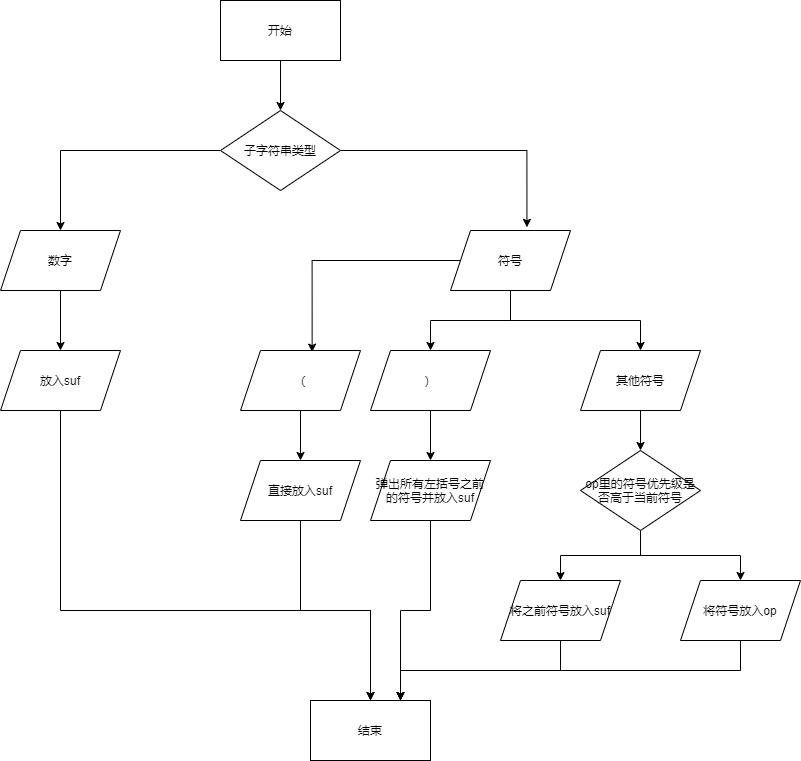
Before: CourseDesignOfDataStructure/picture/p4/suffix().png, a diagram exported from draw.io (Shotray/Gaint). Source tidied: cells renumbered, new cells last; positions are measured from the earlier drawing's top-left corner, leaving out a move shared by most shapes.
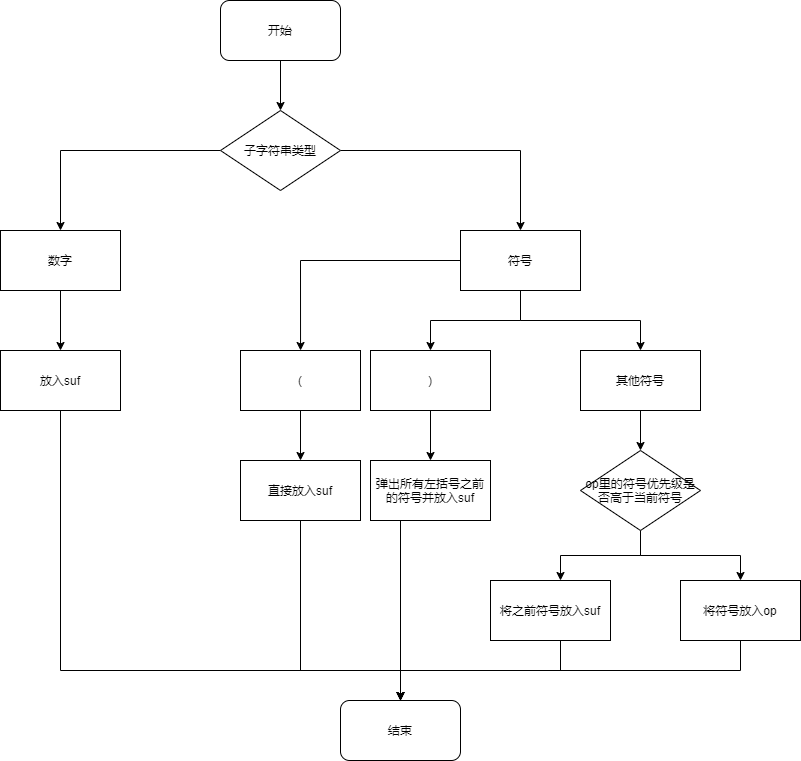
After the commit.

What changed in the source:
```diff
@@ -2,82 +2,82 @@
   <root>
     <mxCell id="0" />
     <mxCell id="1" parent="0" />
-    <mxCell id="2" style="edgeStyle=orthogonalEdgeStyle;rounded=0;jettySize=auto;html=1;exitX=0.5;exitY=1;exitDx=0;exitDy=0;" parent="1" edge="1" source="3" target="6">
-      <mxGeometry relative="1" as="geometry" />
+    <mxCell id="2" style="edgeStyle=orthogonalEdgeStyle;rounded=0;jettySize=auto;html=1;exitX=0.5;exitY=1;exitDx=0;exitDy=0;" parent="1" edge="1" target="6">
+      <mxGeometry relative="1" as="geometry">
+        <mxPoint x="280" y="60" as="sourcePoint" />
+      </mxGeometry>
     </mxCell>
-    <mxCell id="3" value="开始" style="rounded=0;whiteSpace=wrap;html=1;" parent="1" vertex="1">
-      <mxGeometry x="220" width="120" height="60" as="geometry" />
-    </mxCell>
-    <mxCell id="4" style="edgeStyle=orthogonalEdgeStyle;rounded=0;jettySize=auto;html=1;exitX=0;exitY=0.5;exitDx=0;exitDy=0;" parent="1" edge="1" source="6" target="8">
-      <mxGeometry relative="1" as="geometry" />
+    <mxCell id="4" style="edgeStyle=orthogonalEdgeStyle;rounded=0;jettySize=auto;html=1;exitX=0;exitY=0.5;exitDx=0;exitDy=0;" parent="1" edge="1" source="6">
+      <mxGeometry relative="1" as="geometry">
+        <mxPoint x="60" y="230" as="targetPoint" />
+      </mxGeometry>
     </mxCell>
-    <mxCell id="5" style="edgeStyle=orthogonalEdgeStyle;rounded=0;jettySize=auto;html=1;exitX=1;exitY=0.5;exitDx=0;exitDy=0;entryX=0.637;entryY=-0.053;entryDx=0;entryDy=0;entryPerimeter=0;" parent="1" edge="1" source="6" target="12">
+    <mxCell id="5" style="edgeStyle=orthogonalEdgeStyle;rounded=0;jettySize=auto;html=1;exitX=1;exitY=0.5;exitDx=0;exitDy=0;" parent="1" edge="1" source="6" target="12">
       <mxGeometry relative="1" as="geometry" />
     </mxCell>
     <mxCell id="6" value="子字符串类型" style="rhombus;whiteSpace=wrap;html=1;" parent="1" vertex="1">
       <mxGeometry x="220" y="110" width="120" height="80" as="geometry" />
     </mxCell>
-    <mxCell id="7" style="edgeStyle=orthogonalEdgeStyle;rounded=0;jettySize=auto;html=1;exitX=0.5;exitY=1;exitDx=0;exitDy=0;entryX=0.5;entryY=0;entryDx=0;entryDy=0;" parent="1" edge="1" source="8" target="20">
-      <mxGeometry relative="1" as="geometry" />
+    <mxCell id="7" style="edgeStyle=orthogonalEdgeStyle;rounded=0;orthogonalLoop=1;jettySize=auto;html=1;exitX=0.5;exitY=1;exitDx=0;exitDy=0;entryX=0.5;entryY=0;entryDx=0;entryDy=0;" parent="1" edge="1">
+      <mxGeometry relative="1" as="geometry">
+        <mxPoint x="60" y="290" as="sourcePoint" />
+        <mxPoint x="60" y="350" as="targetPoint" />
+      </mxGeometry>
     </mxCell>
-    <mxCell id="8" value="数字" style="shape=parallelogram;perimeter=parallelogramPerimeter;whiteSpace=wrap;html=1;fixedSize=1;" parent="1" vertex="1">
-      <mxGeometry y="230" width="120" height="60" as="geometry" />
-    </mxCell>
-    <mxCell id="9" style="edgeStyle=orthogonalEdgeStyle;rounded=0;jettySize=auto;html=1;exitX=0;exitY=0.5;exitDx=0;exitDy=0;entryX=0.597;entryY=0.027;entryDx=0;entryDy=0;entryPerimeter=0;" parent="1" edge="1" source="12" target="16">
-      <mxGeometry relative="1" as="geometry" />
+    <mxCell id="9" style="edgeStyle=orthogonalEdgeStyle;rounded=0;jettySize=auto;html=1;exitX=0;exitY=0.5;exitDx=0;exitDy=0;entryX=0.597;entryY=0.027;entryDx=0;entryDy=0;entryPerimeter=0;" parent="1" edge="1" source="12">
+      <mxGeometry relative="1" as="geometry">
+        <mxPoint x="300" y="350" as="targetPoint" />
+      </mxGeometry>
     </mxCell>
-    <mxCell id="10" style="edgeStyle=orthogonalEdgeStyle;rounded=0;jettySize=auto;html=1;exitX=0.5;exitY=1;exitDx=0;exitDy=0;entryX=0.5;entryY=0;entryDx=0;entryDy=0;" parent="1" edge="1" source="12" target="14">
-      <mxGeometry relative="1" as="geometry" />
+    <mxCell id="10" style="edgeStyle=orthogonalEdgeStyle;rounded=0;orthogonalLoop=1;jettySize=auto;html=1;exitX=0.5;exitY=1;exitDx=0;exitDy=0;entryX=0.5;entryY=0;entryDx=0;entryDy=0;" parent="1" edge="1">
+      <mxGeometry relative="1" as="geometry">
+        <mxPoint x="510" y="290" as="sourcePoint" />
+        <mxPoint x="430" y="350" as="targetPoint" />
+        <Array as="points">
+          <mxPoint x="520" y="290" />
+          <mxPoint x="520" y="320" />
+          <mxPoint x="430" y="320" />
+        </Array>
+      </mxGeometry>
     </mxCell>
-    <mxCell id="11" style="edgeStyle=orthogonalEdgeStyle;rounded=0;jettySize=auto;html=1;exitX=0.5;exitY=1;exitDx=0;exitDy=0;" parent="1" edge="1" source="12" target="18">
-      <mxGeometry relative="1" as="geometry" />
+    <mxCell id="11" style="edgeStyle=orthogonalEdgeStyle;rounded=0;orthogonalLoop=1;jettySize=auto;html=1;exitX=0.5;exitY=1;exitDx=0;exitDy=0;" parent="1" edge="1">
+      <mxGeometry relative="1" as="geometry">
+        <mxPoint x="510" y="290" as="sourcePoint" />
+        <mxPoint x="640" y="350" as="targetPoint" />
+        <Array as="points">
+          <mxPoint x="520" y="290" />
+          <mxPoint x="520" y="320" />
+          <mxPoint x="640" y="320" />
+        </Array>
+      </mxGeometry>
     </mxCell>
-    <mxCell id="12" value="符号" style="shape=parallelogram;perimeter=parallelogramPerimeter;whiteSpace=wrap;html=1;fixedSize=1;" parent="1" vertex="1">
-      <mxGeometry x="450" y="230" width="120" height="60" as="geometry" />
-    </mxCell>
-    <mxCell id="13" style="edgeStyle=orthogonalEdgeStyle;rounded=0;jettySize=auto;html=1;exitX=0.5;exitY=1;exitDx=0;exitDy=0;entryX=0.5;entryY=0;entryDx=0;entryDy=0;" parent="1" edge="1" source="14" target="24">
-      <mxGeometry relative="1" as="geometry" />
+    <mxCell id="13" style="edgeStyle=orthogonalEdgeStyle;rounded=0;orthogonalLoop=1;jettySize=auto;html=1;exitX=0.5;exitY=1;exitDx=0;exitDy=0;entryX=0.5;entryY=0;entryDx=0;entryDy=0;" parent="1" edge="1">
+      <mxGeometry relative="1" as="geometry">
+        <mxPoint x="430" y="410" as="sourcePoint" />
+        <mxPoint x="430" y="460" as="targetPoint" />
+      </mxGeometry>
     </mxCell>
-    <mxCell id="14" value="）" style="shape=parallelogram;perimeter=parallelogramPerimeter;whiteSpace=wrap;html=1;fixedSize=1;" parent="1" vertex="1">
-      <mxGeometry x="370" y="350" width="120" height="60" as="geometry" />
-    </mxCell>
-    <mxCell id="15" style="edgeStyle=orthogonalEdgeStyle;rounded=0;jettySize=auto;html=1;exitX=0.5;exitY=1;exitDx=0;exitDy=0;entryX=0.5;entryY=0;entryDx=0;entryDy=0;" parent="1" edge="1" source="16" target="22">
-      <mxGeometry relative="1" as="geometry" />
+    <mxCell id="15" style="edgeStyle=orthogonalEdgeStyle;rounded=0;orthogonalLoop=1;jettySize=auto;html=1;exitX=0.5;exitY=1;exitDx=0;exitDy=0;entryX=0.5;entryY=0;entryDx=0;entryDy=0;" parent="1" edge="1">
+      <mxGeometry relative="1" as="geometry">
+        <mxPoint x="300" y="410" as="sourcePoint" />
+        <mxPoint x="300" y="460" as="targetPoint" />
+      </mxGeometry>
     </mxCell>
-    <mxCell id="16" value="（" style="shape=parallelogram;perimeter=parallelogramPerimeter;whiteSpace=wrap;html=1;fixedSize=1;" parent="1" vertex="1">
-      <mxGeometry x="240" y="350" width="120" height="60" as="geometry" />
-    </mxCell>
-    <mxCell id="17" style="edgeStyle=orthogonalEdgeStyle;rounded=0;jettySize=auto;html=1;exitX=0.5;exitY=1;exitDx=0;exitDy=0;entryX=0.5;entryY=0;entryDx=0;entryDy=0;" parent="1" edge="1" source="18" target="27">
-      <mxGeometry relative="1" as="geometry" />
+    <mxCell id="17" style="edgeStyle=orthogonalEdgeStyle;rounded=0;jettySize=auto;html=1;exitX=0.5;exitY=1;exitDx=0;exitDy=0;entryX=0.5;entryY=0;entryDx=0;entryDy=0;" parent="1" edge="1" target="27">
+      <mxGeometry relative="1" as="geometry">
+        <mxPoint x="640" y="410" as="sourcePoint" />
+      </mxGeometry>
     </mxCell>
-    <mxCell id="18" value="其他符号" style="shape=parallelogram;perimeter=parallelogramPerimeter;whiteSpace=wrap;html=1;fixedSize=1;" parent="1" vertex="1">
-      <mxGeometry x="580" y="350" width="120" height="60" as="geometry" />
-    </mxCell>
-    <mxCell id="19" style="edgeStyle=orthogonalEdgeStyle;rounded=0;jettySize=auto;html=1;exitX=0.5;exitY=1;exitDx=0;exitDy=0;entryX=0.5;entryY=0;entryDx=0;entryDy=0;" parent="1" edge="1" source="20" target="32">
-      <mxGeometry relative="1" as="geometry">
-        <Array as="points">
-          <mxPoint x="60" y="610" />
-          <mxPoint x="370" y="610" />
-        </Array>
-      </mxGeometry>
-    </mxCell>
-    <mxCell id="20" value="放入suf" style="shape=parallelogram;perimeter=parallelogramPerimeter;whiteSpace=wrap;html=1;fixedSize=1;" parent="1" vertex="1">
-      <mxGeometry y="350" width="120" height="60" as="geometry" />
-    </mxCell>
-    <mxCell id="21" style="edgeStyle=orthogonalEdgeStyle;rounded=0;jettySize=auto;html=1;exitX=0.5;exitY=1;exitDx=0;exitDy=0;" parent="1" edge="1" source="22" target="32">
-      <mxGeometry relative="1" as="geometry" />
-    </mxCell>
-    <mxCell id="22" value="直接放入suf" style="shape=parallelogram;perimeter=parallelogramPerimeter;whiteSpace=wrap;html=1;fixedSize=1;" parent="1" vertex="1">
-      <mxGeometry x="240" y="460" width="120" height="60" as="geometry" />
-    </mxCell>
-    <mxCell id="23" style="edgeStyle=orthogonalEdgeStyle;rounded=0;jettySize=auto;html=1;exitX=0.5;exitY=1;exitDx=0;exitDy=0;entryX=0.75;entryY=0;entryDx=0;entryDy=0;" parent="1" edge="1" source="24" target="32">
-      <mxGeometry relative="1" as="geometry" />
+    <mxCell id="23" style="edgeStyle=orthogonalEdgeStyle;rounded=0;orthogonalLoop=1;jettySize=auto;html=1;exitX=0.5;exitY=1;exitDx=0;exitDy=0;entryX=0.75;entryY=0;entryDx=0;entryDy=0;" parent="1" edge="1">
+      <mxGeometry relative="1" as="geometry">
+        <mxPoint x="430" y="520" as="sourcePoint" />
+        <mxPoint x="400" y="700" as="targetPoint" />
+      </mxGeometry>
     </mxCell>
-    <mxCell id="24" value="弹出所有左括号之前的符号并放入suf" style="shape=parallelogram;perimeter=parallelogramPerimeter;whiteSpace=wrap;html=1;fixedSize=1;" parent="1" vertex="1">
-      <mxGeometry x="370" y="460" width="120" height="60" as="geometry" />
-    </mxCell>
-    <mxCell id="25" style="edgeStyle=orthogonalEdgeStyle;rounded=0;jettySize=auto;html=1;exitX=0.5;exitY=1;exitDx=0;exitDy=0;entryX=0.5;entryY=0;entryDx=0;entryDy=0;" parent="1" edge="1" source="27" target="29">
-      <mxGeometry relative="1" as="geometry" />
+    <mxCell id="25" style="edgeStyle=orthogonalEdgeStyle;rounded=0;jettySize=auto;html=1;exitX=0.5;exitY=1;exitDx=0;exitDy=0;entryX=0.5;entryY=0;entryDx=0;entryDy=0;" parent="1" edge="1" source="27">
+      <mxGeometry relative="1" as="geometry">
+        <mxPoint x="560" y="580" as="targetPoint" />
+      </mxGeometry>
     </mxCell>
     <mxCell id="26" style="edgeStyle=orthogonalEdgeStyle;rounded=0;jettySize=auto;html=1;exitX=0.5;exitY=1;exitDx=0;exitDy=0;" parent="1" edge="1" source="27">
       <mxGeometry relative="1" as="geometry">
@@ -87,20 +87,78 @@
     <mxCell id="27" value="op里的符号优先级是否高于当前符号" style="rhombus;whiteSpace=wrap;html=1;" parent="1" vertex="1">
       <mxGeometry x="580" y="450" width="120" height="80" as="geometry" />
     </mxCell>
-    <mxCell id="28" style="edgeStyle=orthogonalEdgeStyle;rounded=0;jettySize=auto;html=1;exitX=0.5;exitY=1;exitDx=0;exitDy=0;entryX=0.75;entryY=0;entryDx=0;entryDy=0;" parent="1" edge="1" source="29" target="32">
-      <mxGeometry relative="1" as="geometry" />
+    <mxCell id="28" style="edgeStyle=orthogonalEdgeStyle;rounded=0;orthogonalLoop=1;jettySize=auto;html=1;exitX=0.5;exitY=1;exitDx=0;exitDy=0;entryX=0.75;entryY=0;entryDx=0;entryDy=0;" parent="1" edge="1">
+      <mxGeometry relative="1" as="geometry">
+        <mxPoint x="560" y="640" as="sourcePoint" />
+        <mxPoint x="400" y="700" as="targetPoint" />
+        <Array as="points">
+          <mxPoint x="560" y="670" />
+          <mxPoint x="400" y="670" />
+        </Array>
+      </mxGeometry>
     </mxCell>
+    <mxCell id="30" style="edgeStyle=orthogonalEdgeStyle;rounded=0;orthogonalLoop=1;jettySize=auto;html=1;exitX=0.5;exitY=1;exitDx=0;exitDy=0;entryX=0.75;entryY=0;entryDx=0;entryDy=0;" parent="1" edge="1">
+      <mxGeometry relative="1" as="geometry">
+        <mxPoint x="740" y="640" as="sourcePoint" />
+        <mxPoint x="400" y="700" as="targetPoint" />
+        <Array as="points">
+          <mxPoint x="740" y="670" />
+          <mxPoint x="400" y="670" />
+        </Array>
+      </mxGeometry>
+    </mxCell>
+    <mxCell id="3" value="开始" style="rounded=1;whiteSpace=wrap;html=1;" parent="1" vertex="1">
+      <mxGeometry x="220" width="120" height="60" as="geometry" />
+    </mxCell>
+    <mxCell id="8" value="数字" style="rounded=0;whiteSpace=wrap;html=1;" parent="1" vertex="1">
+      <mxGeometry y="230" width="120" height="60" as="geometry" />
+    </mxCell>
+    <mxCell id="12" value="符号" style="rounded=0;whiteSpace=wrap;html=1;" parent="1" vertex="1">
+      <mxGeometry x="460" y="230" width="120" height="60" as="geometry" />
+    </mxCell>
+    <mxCell id="33" style="edgeStyle=orthogonalEdgeStyle;rounded=0;jettySize=auto;html=1;exitX=0.5;exitY=1;exitDx=0;exitDy=0;" parent="1" edge="1" source="20">
+      <mxGeometry relative="1" as="geometry">
+        <mxPoint x="400" y="700" as="targetPoint" />
+        <Array as="points">
+          <mxPoint x="60" y="670" />
+          <mxPoint x="400" y="670" />
+        </Array>
+      </mxGeometry>
+    </mxCell>
+    <mxCell id="20" value="放入suf" style="rounded=0;whiteSpace=wrap;html=1;" parent="1" vertex="1">
+      <mxGeometry y="350" width="120" height="60" as="geometry" />
+    </mxCell>
+    <mxCell id="34" value="(" style="rounded=0;whiteSpace=wrap;html=1;" parent="1" vertex="1">
+      <mxGeometry x="240" y="350" width="120" height="60" as="geometry" />
+    </mxCell>
+    <mxCell id="35" value=")" style="rounded=0;whiteSpace=wrap;html=1;" parent="1" vertex="1">
+      <mxGeometry x="370" y="350" width="120" height="60" as="geometry" />
+    </mxCell>
+    <mxCell id="18" value="其他符号" style="rounded=0;whiteSpace=wrap;html=1;" parent="1" vertex="1">
+      <mxGeometry x="580" y="350" width="120" height="60" as="geometry" />
+    </mxCell>
+    <mxCell id="21" style="edgeStyle=orthogonalEdgeStyle;rounded=0;jettySize=auto;html=1;exitX=0.5;exitY=1;exitDx=0;exitDy=0;entryX=0.5;entryY=0;entryDx=0;entryDy=0;" parent="1" edge="1" source="22" target="32">
+      <mxGeometry relative="1" as="geometry">
+        <Array as="points">
+          <mxPoint x="300" y="670" />
+          <mxPoint x="400" y="670" />
+        </Array>
+      </mxGeometry>
+    </mxCell>
+    <mxCell id="22" value="直接放入suf" style="rounded=0;whiteSpace=wrap;html=1;" parent="1" vertex="1">
+      <mxGeometry x="240" y="460" width="120" height="60" as="geometry" />
+    </mxCell>
+    <mxCell id="24" value="弹出所有左括号之前的符号并放入suf" style="rounded=0;whiteSpace=wrap;html=1;" parent="1" vertex="1">
+      <mxGeometry x="370" y="460" width="120" height="60" as="geometry" />
+    </mxCell>
-    <mxCell id="29" value="将之前符号放入suf" style="shape=parallelogram;perimeter=parallelogramPerimeter;whiteSpace=wrap;html=1;fixedSize=1;" parent="1" vertex="1">
-      <mxGeometry x="500" y="580" width="120" height="60" as="geometry" />
+    <mxCell id="29" value="将之前符号放入suf" style="rounded=0;whiteSpace=wrap;html=1;" parent="1" vertex="1">
+      <mxGeometry x="490" y="580" width="120" height="60" as="geometry" />
     </mxCell>
-    <mxCell id="30" style="edgeStyle=orthogonalEdgeStyle;rounded=0;jettySize=auto;html=1;exitX=0.5;exitY=1;exitDx=0;exitDy=0;entryX=0.75;entryY=0;entryDx=0;entryDy=0;" parent="1" edge="1" source="31" target="32">
-      <mxGeometry relative="1" as="geometry" />
-    </mxCell>
-    <mxCell id="31" value="将符号放入op" style="shape=parallelogram;perimeter=parallelogramPerimeter;whiteSpace=wrap;html=1;fixedSize=1;" parent="1" vertex="1">
+    <mxCell id="31" value="将符号放入op" style="rounded=0;whiteSpace=wrap;html=1;" parent="1" vertex="1">
       <mxGeometry x="680" y="580" width="120" height="60" as="geometry" />
     </mxCell>
-    <mxCell id="32" value="结束" style="rounded=0;whiteSpace=wrap;html=1;" parent="1" vertex="1">
-      <mxGeometry x="310" y="700" width="120" height="60" as="geometry" />
+    <mxCell id="32" value="结束" style="rounded=1;whiteSpace=wrap;html=1;" parent="1" vertex="1">
+      <mxGeometry x="340" y="700" width="120" height="60" as="geometry" />
     </mxCell>
   </root>
 </mxGraphModel>
```
